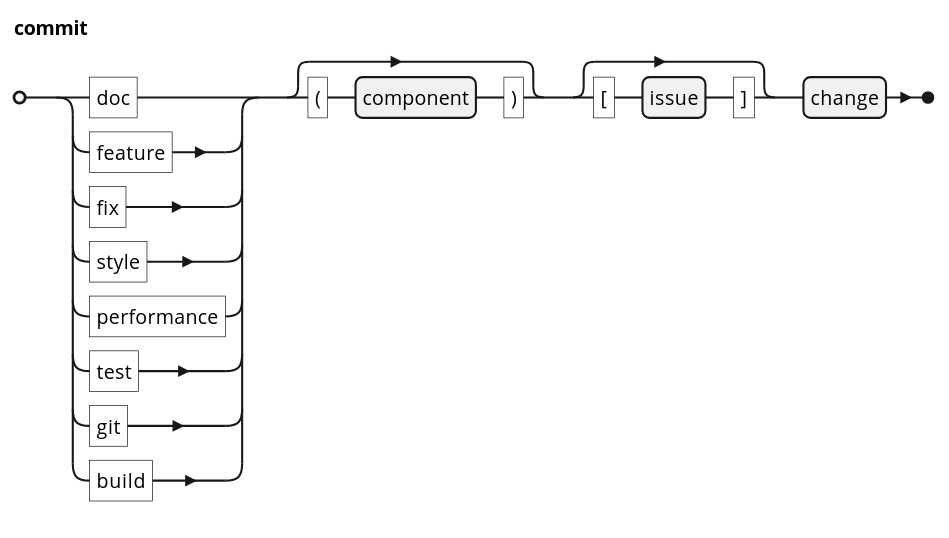
Tan630/Agolearn keeps this PlantUML diagram as media/commit-style.svg. Above is the earlier version.
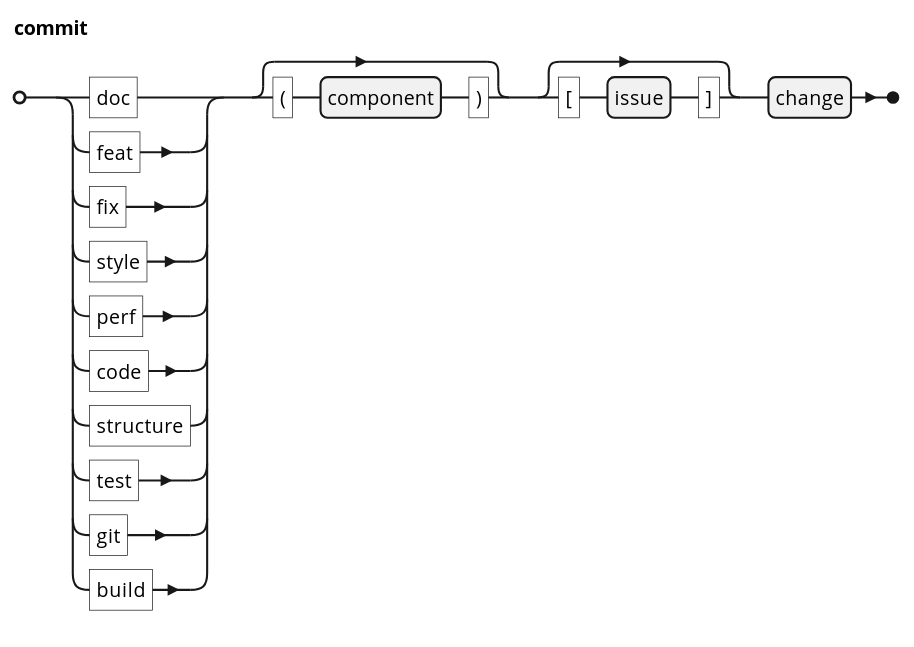
The same diagram one commit later.

Commit message:
doc(contributing-media): Update syntax diagram according to updated prefixes

The edit, as a diff of the source:
```diff
@@ -1,4 +1,4 @@
 @startebnf
 skinparam defaultfontname "Open Sans"
-commit = ("doc" | "feature" | "fix" | "style" | "performance" | "test" | "git" | "build"), ["(", component,")"], ["[", issue, "]"], change;
+commit = ("doc" | "feat" | "fix" | "style" | "perf" | "code" | "structure" | "test" | "git" | "build"), ["(", component,")"], ["[", issue, "]"], change;
 @endebnf
```
